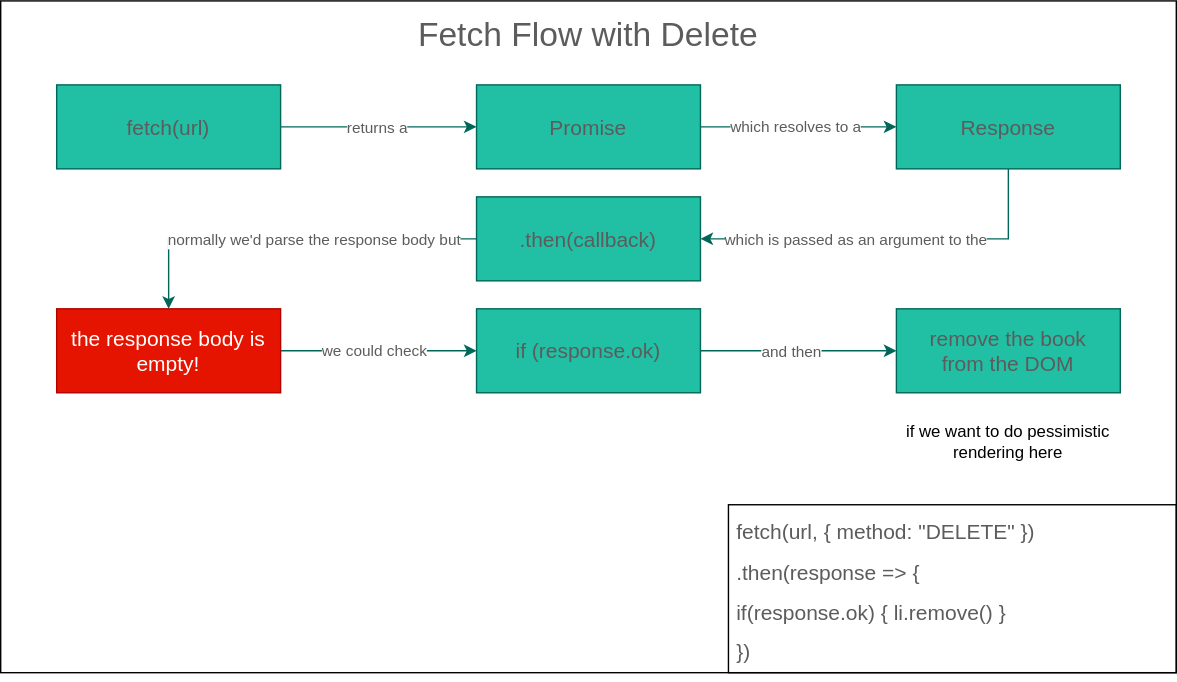
The draw.io diagram 06_PATCH_and_DELETE_Requests/assets/export/fetch-delete-diagram.drawio.svg in learn-co-curriculum/SENG-LIVE-010923-Phase-1-JS, before a commit. Source tidied: cells renumbered, new cells last; positions are measured from the earlier drawing's top-left corner, leaving out a move shared by most shapes.
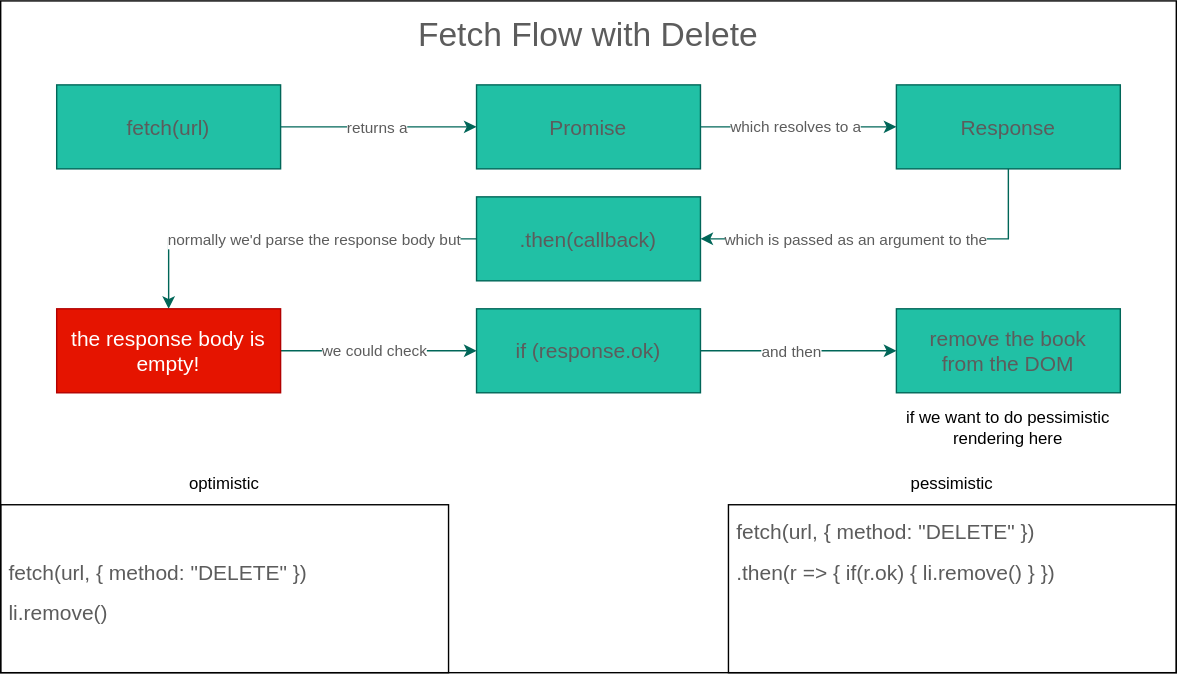
The same file after the commit.

Diff of the diagram source:
```diff
@@ -72,11 +72,20 @@
     <mxCell id="23" value="&lt;font style=&quot;font-size: 15px&quot;&gt;&lt;br&gt;&amp;nbsp;&amp;nbsp;&lt;br&gt;&lt;br&gt;&lt;br&gt;&lt;/font&gt;" style="text;html=1;strokeColor=default;fillColor=none;align=left;verticalAlign=middle;whiteSpace=wrap;rounded=0;fontSize=24;fontColor=#5C5C5C;perimeterSpacing=2;spacing=6;spacingTop=18;" parent="1" vertex="1">
       <mxGeometry x="520" y="360" width="320" height="120" as="geometry" />
     </mxCell>
-    <mxCell id="24" value="&lt;font style=&quot;font-size: 15px&quot;&gt;fetch(url, { method: &quot;DELETE&quot; })&lt;br&gt;&amp;nbsp; .then(response =&amp;gt; {&lt;br&gt;&amp;nbsp; &amp;nbsp; if(response.ok) { li.remove() }&lt;br&gt;&amp;nbsp; })&lt;br&gt;&lt;/font&gt;" style="text;html=1;strokeColor=none;fillColor=none;align=left;verticalAlign=middle;whiteSpace=wrap;rounded=0;fontSize=24;fontColor=#5C5C5C;perimeterSpacing=2;spacing=6;" parent="1" vertex="1">
+    <mxCell id="24" value="&lt;font style=&quot;font-size: 15px&quot;&gt;fetch(url, { method: &quot;DELETE&quot; })&lt;br&gt;&amp;nbsp; .then(r =&amp;gt; {&amp;nbsp;if(r.ok) { li.remove() } })&lt;br&gt;&lt;br&gt;&lt;br&gt;&lt;/font&gt;" style="text;html=1;strokeColor=none;fillColor=none;align=left;verticalAlign=middle;whiteSpace=wrap;rounded=0;fontSize=24;fontColor=#5C5C5C;perimeterSpacing=2;spacing=6;" parent="1" vertex="1">
       <mxGeometry x="520" y="360" width="320" height="120" as="geometry" />
     </mxCell>
     <mxCell id="25" value="if we want to do pessimistic rendering here" style="text;html=1;strokeColor=none;fillColor=none;align=center;verticalAlign=middle;whiteSpace=wrap;rounded=0;" parent="1" vertex="1">
-      <mxGeometry x="640" y="300" width="160" height="30" as="geometry" />
+      <mxGeometry x="640" y="290" width="160" height="30" as="geometry" />
     </mxCell>
+    <mxCell id="26" value="&lt;font style=&quot;font-size: 15px&quot;&gt;fetch(url, { method: &quot;DELETE&quot; })&lt;br&gt;li.remove()&lt;br&gt;&lt;/font&gt;" style="text;html=1;strokeColor=default;fillColor=none;align=left;verticalAlign=middle;whiteSpace=wrap;rounded=0;fontSize=24;fontColor=#5C5C5C;perimeterSpacing=2;spacing=6;" parent="1" vertex="1">
+      <mxGeometry y="360" width="320" height="120" as="geometry" />
+    </mxCell>
+    <mxCell id="27" value="optimistic" style="text;html=1;strokeColor=none;fillColor=none;align=center;verticalAlign=middle;whiteSpace=wrap;rounded=0;" parent="1" vertex="1">
+      <mxGeometry y="330" width="320" height="30" as="geometry" />
+    </mxCell>
+    <mxCell id="28" value="pessimistic" style="text;html=1;strokeColor=none;fillColor=none;align=center;verticalAlign=middle;whiteSpace=wrap;rounded=0;" parent="1" vertex="1">
+      <mxGeometry x="520" y="330" width="320" height="30" as="geometry" />
+    </mxCell>
   </root>
 </mxGraphModel>
```
